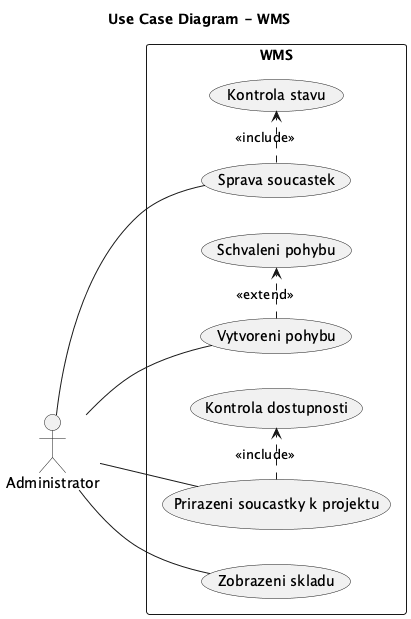
lkvapil/wms-elektronicke-soucastky keeps this PlantUML diagram as docs/images/11_use_case.png. Above is the earlier version.
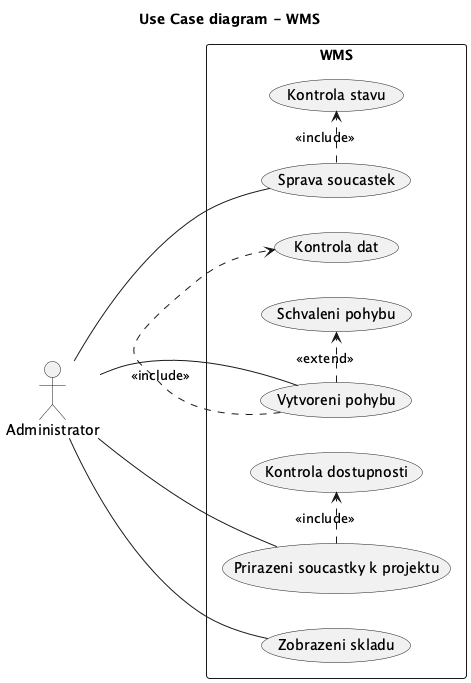
Later version of the same file.

Diff of the diagram source:
```diff
@@ -1,6 +1,6 @@
 @startuml
 left to right direction
-title Use Case Diagram - WMS
+title Use Case diagram - WMS
 
 actor Administrator
 
@@ -12,8 +12,10 @@
   Administrator -- (Zobrazeni skladu)
 
   (Sprava soucastek) .> (Kontrola stavu) : <<include>>
+  (Vytvoreni pohybu) .> (Kontrola dat) : <<include>>
+  (Prirazeni soucastky k projektu) .> (Kontrola dostupnosti) : <<include>>
+
   (Vytvoreni pohybu) .> (Schvaleni pohybu) : <<extend>>
-  (Prirazeni soucastky k projektu) .> (Kontrola dostupnosti) : <<include>>
 
 }
 
```
